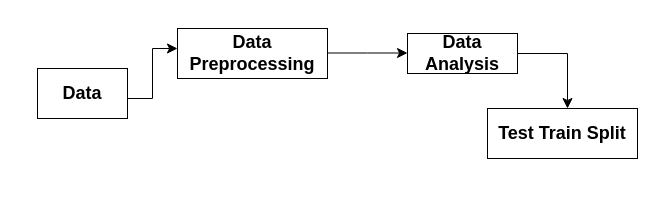
The draw.io diagram MLLearning/mlworkflow.drawio in harshalkharabe/Python, before the edit. Source tidied: cells renumbered, new cells numbered last; positions are measured from the earlier drawing's top-left corner, leaving out a move shared by most shapes. Both pictures are drawn from the tidied source at 100%, with x=0, y=0 at pixel (37, 28).
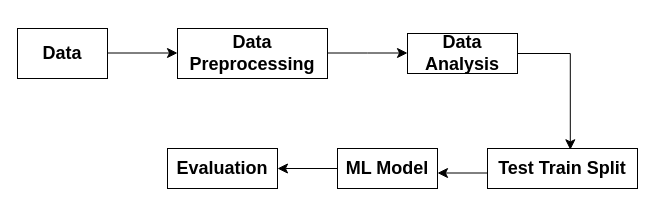
After the change.

What changed in the source:
```diff
@@
 <mxGraphModel>
   <root>
     <mxCell id="0" />
     <mxCell id="1" parent="0" />
     <mxCell id="2" value="&lt;h2&gt;&lt;b&gt;Data&lt;/b&gt;&lt;/h2&gt;" style="whiteSpace=wrap;html=1;align=center;" parent="1" vertex="1">
-      <mxGeometry y="40" width="90" height="50" as="geometry" />
+      <mxGeometry x="-20" width="90" height="50" as="geometry" />
     </mxCell>
-    <mxCell id="3" style="edgeStyle=elbowEdgeStyle;elbow=horizontal;endArrow=classic;html=1;curved=0;rounded=0;endSize=8;startSize=8;" parent="1" edge="1">
-      <mxGeometry relative="1" as="geometry">
-        <mxPoint x="90" y="70" as="sourcePoint" />
-        <mxPoint x="140" y="20" as="targetPoint" />
-      </mxGeometry>
-    </mxCell>
     <mxCell id="4" value="&lt;h2&gt;Data Preprocessing&lt;/h2&gt;" style="text;align=center;html=1;verticalAlign=middle;whiteSpace=wrap;rounded=0;fillColor=default;fontStyle=0;strokeColor=default;" parent="1" vertex="1">
       <mxGeometry x="140" width="150" height="50" as="geometry" />
     </mxCell>
     <mxCell id="5" style="edgeStyle=elbowEdgeStyle;elbow=horizontal;endArrow=classic;html=1;curved=0;rounded=0;endSize=8;startSize=8;" parent="1" edge="1">
       <mxGeometry relative="1" as="geometry">
         <mxPoint x="290" y="24.5" as="sourcePoint" />
         <mxPoint x="370" y="24.5" as="targetPoint" />
       </mxGeometry>
     </mxCell>
     <mxCell id="6" value="&lt;h2&gt;Data Analysis&lt;/h2&gt;" style="text;strokeColor=default;align=center;fillColor=default;html=1;verticalAlign=middle;whiteSpace=wrap;rounded=0;" parent="1" vertex="1">
       <mxGeometry x="370" y="5" width="110" height="40" as="geometry" />
     </mxCell>
-    <mxCell id="7" style="edgeStyle=segmentEdgeStyle;endArrow=classic;html=1;curved=0;rounded=0;endSize=8;startSize=8;" parent="1" edge="1">
+    <mxCell id="7" style="edgeStyle=segmentEdgeStyle;endArrow=classic;html=1;curved=0;rounded=0;endSize=8;startSize=8;entryX=0.552;entryY=0.032;entryDx=0;entryDy=0;entryPerimeter=0;" parent="1" edge="1" target="8">
       <mxGeometry relative="1" as="geometry">
         <mxPoint x="480" y="25" as="sourcePoint" />
-        <mxPoint x="530" y="80" as="targetPoint" />
       </mxGeometry>
     </mxCell>
     <mxCell id="8" value="&lt;h2&gt;Test Train Split&lt;/h2&gt;" style="whiteSpace=wrap;html=1;" parent="1" vertex="1">
-      <mxGeometry x="450" y="80" width="150" height="50" as="geometry" />
+      <mxGeometry x="450" y="120" width="150" height="40" as="geometry" />
     </mxCell>
+    <mxCell id="9" style="edgeStyle=segmentEdgeStyle;endArrow=classic;html=1;curved=0;rounded=0;endSize=8;startSize=8;" parent="1" edge="1">
+      <mxGeometry relative="1" as="geometry">
+        <mxPoint x="450" y="144.5" as="sourcePoint" />
+        <mxPoint x="400" y="144.5" as="targetPoint" />
+      </mxGeometry>
+    </mxCell>
+    <mxCell id="10" value="&lt;h2&gt;ML Model&lt;/h2&gt;" style="whiteSpace=wrap;html=1;" parent="1" vertex="1">
+      <mxGeometry x="300" y="120" width="100" height="40" as="geometry" />
+    </mxCell>
+    <mxCell id="11" style="edgeStyle=segmentEdgeStyle;endArrow=classic;html=1;curved=0;rounded=0;endSize=8;startSize=8;entryX=1;entryY=0.5;entryDx=0;entryDy=0;" parent="1" edge="1" target="12">
+      <mxGeometry relative="1" as="geometry">
+        <mxPoint x="300" y="140" as="sourcePoint" />
+      </mxGeometry>
+    </mxCell>
+    <mxCell id="12" value="&lt;h2&gt;Evaluation&lt;/h2&gt;" style="whiteSpace=wrap;html=1;" parent="1" vertex="1">
+      <mxGeometry x="130" y="120" width="110" height="40" as="geometry" />
+    </mxCell>
+    <mxCell id="13" style="edgeStyle=segmentEdgeStyle;endArrow=classic;html=1;curved=0;rounded=0;endSize=8;startSize=8;" parent="1" edge="1">
+      <mxGeometry relative="1" as="geometry">
+        <mxPoint x="70" y="24.5" as="sourcePoint" />
+        <mxPoint x="140" y="24.5" as="targetPoint" />
+      </mxGeometry>
+    </mxCell>
   </root>
 </mxGraphModel>
```
